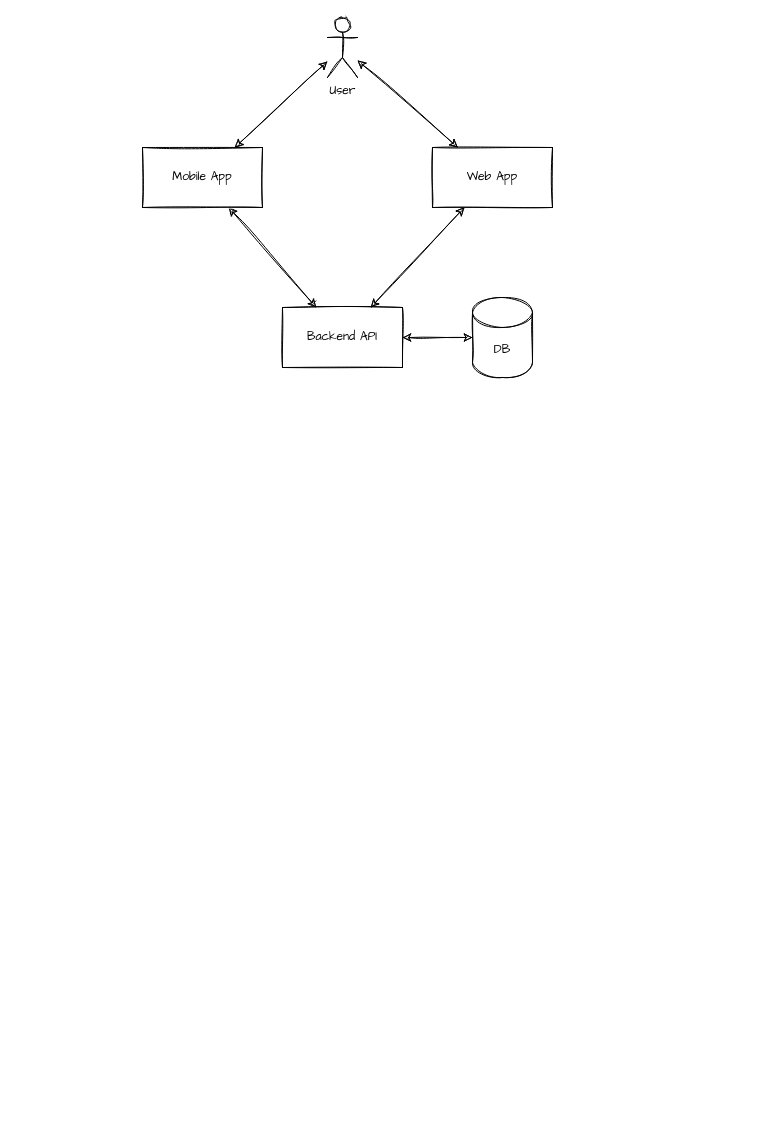
Above: page "Archirecture" (1 of 3) of whatsclub.drawio in zatsepinvl/whatsclub (draw.io), before the change. Source tidied: cells renumbered, new cells numbered last; positions are measured from the earlier drawing's top-left corner, leaving out a move shared by most shapes. Both pictures are drawn from the tidied source at 100%, with x=0, y=0 at pixel (142, 17).
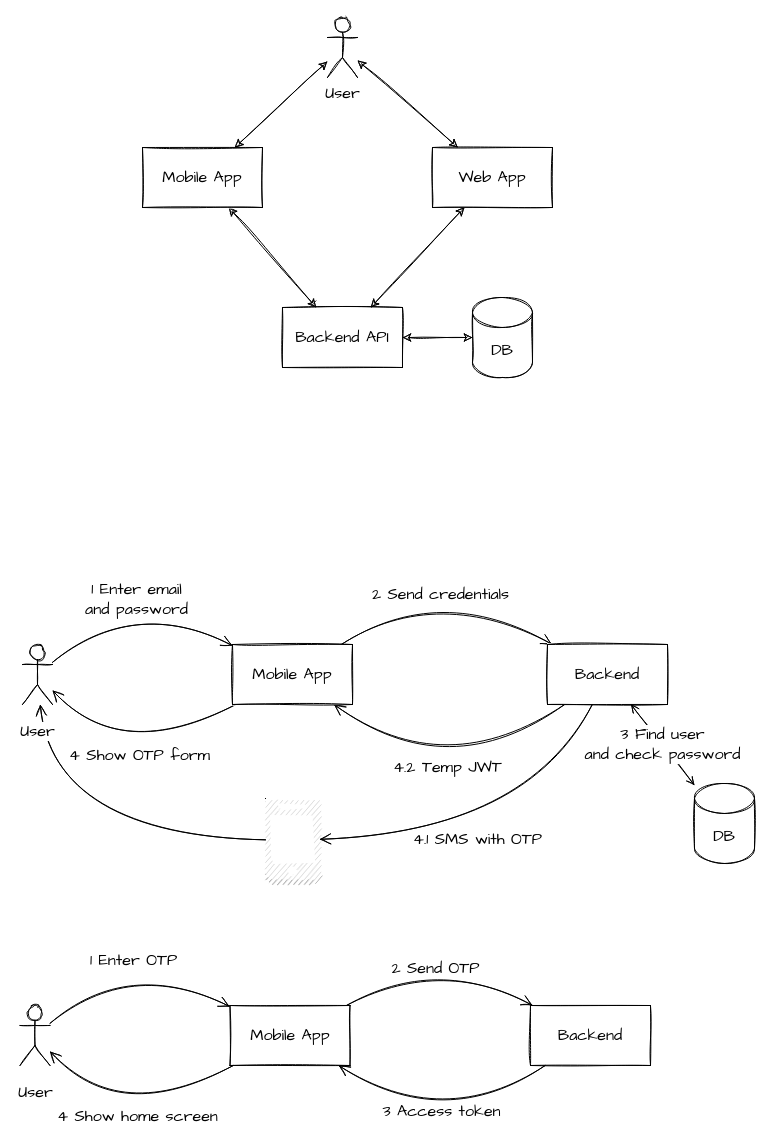
Above is the later version.

What changed in the source:
```diff
@@
+    <mxCell id="12" value="4.2 Temp JWT" style="edgeStyle=none;curved=1;sketch=1;jettySize=auto;html=1;endArrow=open;endFill=0;endSize=9;fontFamily=Comic Sans MS;fontSize=16;" parent="1" edge="1" source="18" target="15">
+      <mxGeometry x="0.09" y="-15" relative="1" as="geometry">
+        <Array as="points">
+          <mxPoint x="305" y="769" />
+        </Array>
+      </mxGeometry>
+    </mxCell>
-    <mxCell id="2" style="rounded=0;jettySize=auto;html=1;sketch=1;fontFamily=Comic Sans MS;startArrow=classic;startFill=1;" parent="1" edge="1" source="3" target="7">
+    <mxCell id="2" style="rounded=0;jettySize=auto;html=1;sketch=1;fontFamily=Comic Sans MS;startArrow=classic;startFill=1;fontSize=16;" parent="1" edge="1" source="3" target="7">
       <mxGeometry relative="1" as="geometry" />
     </mxCell>
-    <mxCell id="3" value="Mobile App" style="rounded=0;whiteSpace=wrap;html=1;sketch=1;fontFamily=Comic Sans MS;" parent="1" vertex="1">
+    <mxCell id="3" value="Mobile App" style="rounded=0;whiteSpace=wrap;html=1;sketch=1;fontFamily=Comic Sans MS;fontSize=16;" parent="1" vertex="1">
       <mxGeometry y="130" width="120" height="60" as="geometry" />
     </mxCell>
-    <mxCell id="4" style="edgeStyle=none;rounded=1;jettySize=auto;html=1;sketch=1;fontFamily=Comic Sans MS;startArrow=classic;startFill=1;" parent="1" edge="1" source="5" target="7">
+    <mxCell id="4" style="edgeStyle=none;rounded=1;jettySize=auto;html=1;sketch=1;fontFamily=Comic Sans MS;startArrow=classic;startFill=1;fontSize=16;" parent="1" edge="1" source="5" target="7">
       <mxGeometry relative="1" as="geometry" />
     </mxCell>
-    <mxCell id="5" value="Web App" style="rounded=0;whiteSpace=wrap;html=1;sketch=1;fontFamily=Comic Sans MS;" parent="1" vertex="1">
+    <mxCell id="5" value="Web App" style="rounded=0;whiteSpace=wrap;html=1;sketch=1;fontFamily=Comic Sans MS;fontSize=16;" parent="1" vertex="1">
       <mxGeometry x="290" y="130" width="120" height="60" as="geometry" />
     </mxCell>
-    <mxCell id="6" style="edgeStyle=none;rounded=1;sketch=1;jettySize=auto;html=1;fontFamily=Comic Sans MS;startArrow=classic;startFill=1;" parent="1" edge="1" source="7" target="11">
+    <mxCell id="6" style="edgeStyle=none;rounded=1;sketch=1;jettySize=auto;html=1;fontFamily=Comic Sans MS;startArrow=classic;startFill=1;fontSize=16;" parent="1" edge="1" source="7" target="11">
       <mxGeometry relative="1" as="geometry" />
     </mxCell>
-    <mxCell id="7" value="Backend API" style="rounded=0;whiteSpace=wrap;html=1;sketch=1;fontFamily=Comic Sans MS;" parent="1" vertex="1">
+    <mxCell id="7" value="Backend API" style="rounded=0;whiteSpace=wrap;html=1;sketch=1;fontFamily=Comic Sans MS;fontSize=16;" parent="1" vertex="1">
       <mxGeometry x="140" y="290" width="120" height="60" as="geometry" />
     </mxCell>
-    <mxCell id="8" style="edgeStyle=none;rounded=1;sketch=1;jettySize=auto;html=1;fontFamily=Comic Sans MS;startArrow=classic;startFill=1;" parent="1" edge="1" source="10" target="3">
+    <mxCell id="8" style="edgeStyle=none;rounded=1;sketch=1;jettySize=auto;html=1;fontFamily=Comic Sans MS;startArrow=classic;startFill=1;fontSize=16;" parent="1" edge="1" source="10" target="3">
       <mxGeometry relative="1" as="geometry" />
     </mxCell>
-    <mxCell id="9" style="edgeStyle=none;rounded=1;sketch=1;jettySize=auto;html=1;fontFamily=Comic Sans MS;startArrow=classic;startFill=1;" parent="1" edge="1" source="10" target="5">
+    <mxCell id="9" style="edgeStyle=none;rounded=1;sketch=1;jettySize=auto;html=1;fontFamily=Comic Sans MS;startArrow=classic;startFill=1;fontSize=16;" parent="1" edge="1" source="10" target="5">
       <mxGeometry relative="1" as="geometry" />
     </mxCell>
-    <mxCell id="10" value="User" style="shape=umlActor;verticalLabelPosition=bottom;verticalAlign=top;html=1;outlineConnect=0;sketch=1;fontFamily=Comic Sans MS;" parent="1" vertex="1">
+    <mxCell id="10" value="User" style="shape=umlActor;verticalLabelPosition=bottom;verticalAlign=top;html=1;outlineConnect=0;sketch=1;fontFamily=Comic Sans MS;fontSize=16;" parent="1" vertex="1">
       <mxGeometry x="185" width="30" height="60" as="geometry" />
     </mxCell>
-    <mxCell id="11" value="DB" style="shape=cylinder3;whiteSpace=wrap;html=1;boundedLbl=1;backgroundOutline=1;size=15;sketch=1;fontFamily=Comic Sans MS;" parent="1" vertex="1">
+    <mxCell id="11" value="DB" style="shape=cylinder3;whiteSpace=wrap;html=1;boundedLbl=1;backgroundOutline=1;size=15;sketch=1;fontFamily=Comic Sans MS;fontSize=16;" parent="1" vertex="1">
       <mxGeometry x="330" y="280" width="60" height="80" as="geometry" />
     </mxCell>
+    <mxCell id="13" value="2 Send credentials" style="sketch=1;jettySize=auto;html=1;fontFamily=Comic Sans MS;fontSize=16;curved=1;endArrow=open;endFill=0;endSize=9;" parent="1" edge="1" source="15" target="18">
+      <mxGeometry x="-0.09" y="-9" relative="1" as="geometry">
+        <Array as="points">
+          <mxPoint x="298" y="566" />
+        </Array>
+      </mxGeometry>
+    </mxCell>
+    <mxCell id="14" value="4 Show OTP form" style="edgeStyle=none;curved=1;sketch=1;jettySize=auto;html=1;fontFamily=Comic Sans MS;fontSize=16;endArrow=open;endFill=0;endSize=9;" parent="1" edge="1" source="15" target="21">
+      <mxGeometry x="-0.05" relative="1" as="geometry">
+        <Array as="points">
+          <mxPoint x="-20" y="747" />
+        </Array>
+      </mxGeometry>
+    </mxCell>
+    <mxCell id="15" value="Mobile App" style="rounded=0;whiteSpace=wrap;html=1;sketch=1;fontFamily=Comic Sans MS;fontSize=16;" parent="1" vertex="1">
+      <mxGeometry x="90" y="627" width="120" height="60" as="geometry" />
+    </mxCell>
+    <mxCell id="16" value="1 Enter email &lt;br&gt;and password" style="jettySize=auto;html=1;sketch=1;fontFamily=Comic Sans MS;fontSize=16;curved=1;endSize=9;endArrow=open;endFill=0;" parent="1" edge="1" source="21" target="15">
+      <mxGeometry relative="1" as="geometry">
+        <Array as="points">
+          <mxPoint x="-10" y="580" />
+        </Array>
+      </mxGeometry>
+    </mxCell>
+    <mxCell id="17" value="4.1 SMS with OTP" style="edgeStyle=none;sketch=1;jettySize=auto;html=1;endArrow=open;endFill=0;endSize=9;fontFamily=Comic Sans MS;fontSize=16;curved=1;" parent="1" edge="1" source="18" target="20">
+      <mxGeometry x="0.1" y="7" relative="1" as="geometry">
+        <Array as="points">
+          <mxPoint x="386" y="813" />
+        </Array>
+      </mxGeometry>
+    </mxCell>
+    <mxCell id="18" value="Backend" style="rounded=0;whiteSpace=wrap;html=1;sketch=1;fontFamily=Comic Sans MS;fontSize=16;" parent="1" vertex="1">
+      <mxGeometry x="405" y="627" width="120" height="60" as="geometry" />
+    </mxCell>
+    <mxCell id="19" style="edgeStyle=none;curved=1;sketch=1;jettySize=auto;html=1;endArrow=open;endFill=0;endSize=9;fontFamily=Comic Sans MS;fontSize=16;" parent="1" edge="1" source="20" target="21">
+      <mxGeometry x="-0.15" y="-13" relative="1" as="geometry">
+        <Array as="points">
+          <mxPoint x="-90" y="817" />
+        </Array>
+      </mxGeometry>
+    </mxCell>
+    <mxCell id="20" style="outlineConnect=0;dashed=0;verticalLabelPosition=bottom;verticalAlign=top;align=center;html=1;shape=mxgraph.aws3.mobile_client;fillColor=#D2D3D3;gradientColor=none;rounded=0;shadow=0;sketch=1;fontFamily=Comic Sans MS;fontSize=16;" parent="1" vertex="1">
+      <mxGeometry x="123" y="781" width="54" height="84" as="geometry" />
+    </mxCell>
+    <mxCell id="21" value="User" style="shape=umlActor;verticalLabelPosition=bottom;verticalAlign=top;html=1;outlineConnect=0;sketch=1;fontFamily=Comic Sans MS;fontSize=16;labelBackgroundColor=#ffffff;spacingTop=11;" parent="1" vertex="1">
+      <mxGeometry x="-120" y="627" width="30" height="60" as="geometry" />
+    </mxCell>
+    <mxCell id="22" value="3 Access token" style="edgeStyle=none;curved=1;sketch=1;jettySize=auto;html=1;endArrow=open;endFill=0;endSize=9;fontFamily=Comic Sans MS;fontSize=16;" parent="1" edge="1" source="27" target="25">
+      <mxGeometry x="0.09" y="-15" relative="1" as="geometry">
+        <Array as="points">
+          <mxPoint x="303" y="1114" />
+        </Array>
+      </mxGeometry>
+    </mxCell>
+    <mxCell id="23" value="2 Send OTP" style="sketch=1;jettySize=auto;html=1;fontFamily=Comic Sans MS;fontSize=16;curved=1;endArrow=open;endFill=0;endSize=9;" parent="1" edge="1" source="25" target="27">
+      <mxGeometry x="-0.09" y="-9" relative="1" as="geometry">
+        <Array as="points">
+          <mxPoint x="296" y="939" />
+        </Array>
+      </mxGeometry>
+    </mxCell>
+    <mxCell id="24" value="4 Show home screen" style="edgeStyle=none;curved=1;sketch=1;jettySize=auto;html=1;fontFamily=Comic Sans MS;fontSize=16;endArrow=open;endFill=0;endSize=9;" parent="1" edge="1" source="25" target="28">
+      <mxGeometry x="-0.05" relative="1" as="geometry">
+        <Array as="points">
+          <mxPoint x="-22.5" y="1108" />
+        </Array>
+      </mxGeometry>
+    </mxCell>
+    <mxCell id="25" value="Mobile App" style="rounded=0;whiteSpace=wrap;html=1;sketch=1;fontFamily=Comic Sans MS;fontSize=16;" parent="1" vertex="1">
+      <mxGeometry x="87.5" y="988" width="120" height="60" as="geometry" />
+    </mxCell>
+    <mxCell id="26" value="1 Enter OTP" style="jettySize=auto;html=1;sketch=1;fontFamily=Comic Sans MS;fontSize=16;curved=1;endSize=9;endArrow=open;endFill=0;" parent="1" edge="1" source="28" target="25">
+      <mxGeometry relative="1" as="geometry">
+        <Array as="points">
+          <mxPoint x="-12.5" y="941" />
+        </Array>
+      </mxGeometry>
+    </mxCell>
+    <mxCell id="27" value="Backend" style="rounded=0;whiteSpace=wrap;html=1;sketch=1;fontFamily=Comic Sans MS;fontSize=16;" parent="1" vertex="1">
+      <mxGeometry x="388" y="988" width="120" height="60" as="geometry" />
+    </mxCell>
+    <mxCell id="28" value="User" style="shape=umlActor;verticalLabelPosition=bottom;verticalAlign=top;html=1;outlineConnect=0;sketch=1;fontFamily=Comic Sans MS;fontSize=16;labelBackgroundColor=#ffffff;spacingTop=11;" parent="1" vertex="1">
+      <mxGeometry x="-122.5" y="988" width="30" height="60" as="geometry" />
+    </mxCell>
+    <mxCell id="29" value="DB" style="shape=cylinder3;whiteSpace=wrap;html=1;boundedLbl=1;backgroundOutline=1;size=15;sketch=1;fontFamily=Comic Sans MS;fontSize=16;" parent="1" vertex="1">
+      <mxGeometry x="552" y="766" width="60" height="80" as="geometry" />
+    </mxCell>
+    <mxCell id="30" value="3 Find user &lt;br&gt;and check password" style="edgeStyle=none;rounded=1;sketch=1;jettySize=auto;html=1;fontFamily=Comic Sans MS;startArrow=open;startFill=0;fontSize=16;endArrow=open;endFill=0;" parent="1" edge="1" source="18" target="29">
+      <mxGeometry relative="1" as="geometry" />
+    </mxCell>
```
